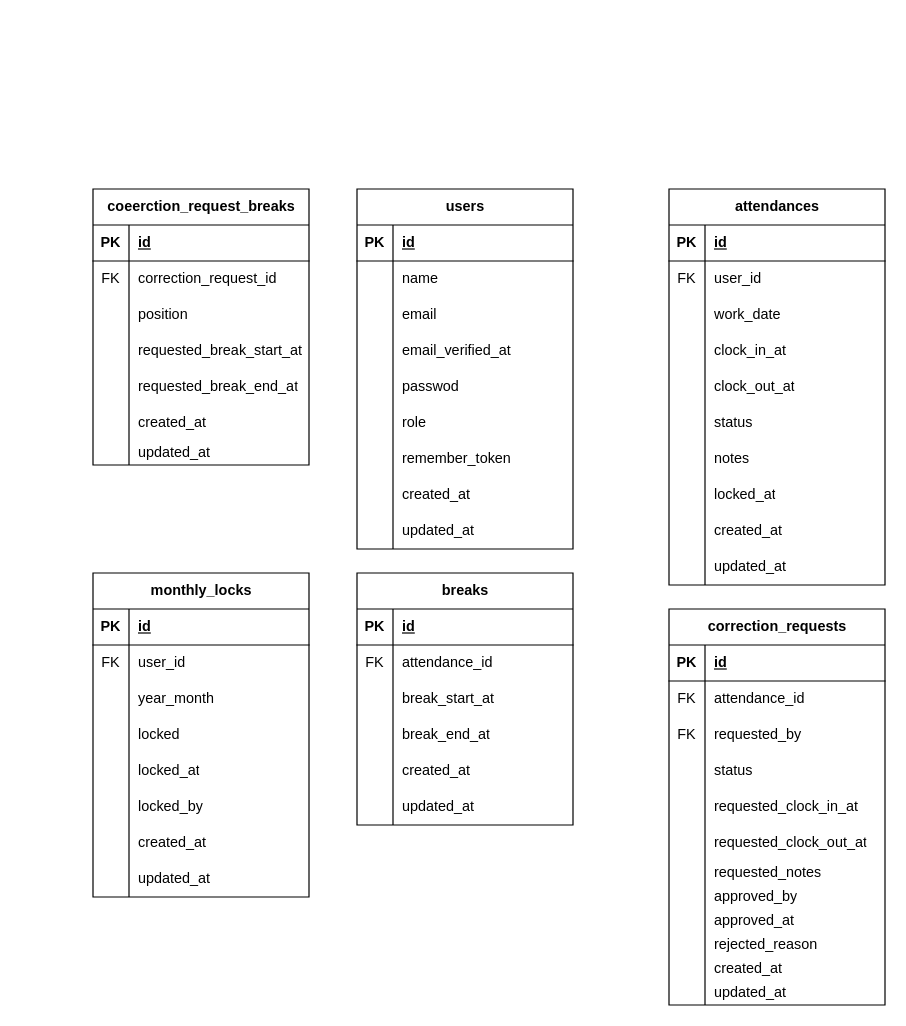
sakaisan1125/coachtech-attendance-app keeps this draw.io diagram as er-diagram.drawio. Above is the earlier version. Source tidied: cells renumbered, new cells numbered last; positions are measured from the earlier drawing's top-left corner, leaving out a move shared by most shapes. Both pictures are drawn from the tidied source at 120%, with x=0, y=0 at pixel (92, 188).
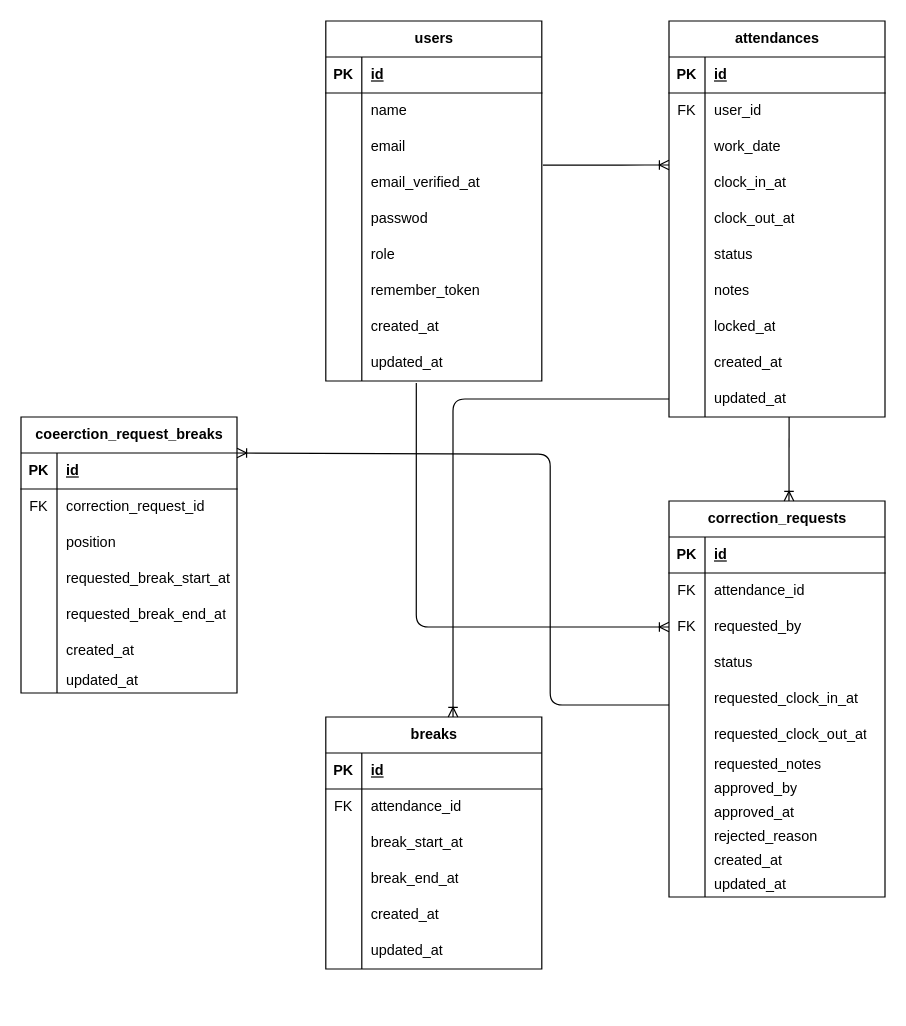
Above is the later version.

Unchanged cells that the change refers to:
```xml
<mxCell id="12" style="shape=tableRow;horizontal=0;startSize=0;swimlaneHead=0;swimlaneBody=0;fillColor=none;points=[[0,0.5],[1,0.5]];portConstraint=eastwest;top=0;left=0;right=0;bottom=0;" parent="2" vertex="1">
  <mxGeometry y="120" width="180" height="30" as="geometry" />
</mxCell>
<mxCell id="27" style="shape=tableRow;horizontal=0;startSize=0;swimlaneHead=0;swimlaneBody=0;fillColor=none;points=[[0,0.5],[1,0.5]];portConstraint=eastwest;top=0;left=0;right=0;bottom=0;" parent="2" vertex="1">
  <mxGeometry y="270" width="180" height="30" as="geometry" />
</mxCell>
<mxCell id="58" style="shape=tableRow;horizontal=0;startSize=0;swimlaneHead=0;swimlaneBody=0;fillColor=none;points=[[0,0.5],[1,0.5]];portConstraint=eastwest;top=0;left=0;right=0;bottom=0;" parent="30" vertex="1">
  <mxGeometry y="300" width="180" height="30" as="geometry" />
</mxCell>
<mxCell id="87" style="shape=tableRow;horizontal=0;startSize=0;swimlaneHead=0;swimlaneBody=0;fillColor=none;points=[[0,0.5],[1,0.5]];portConstraint=eastwest;top=0;left=0;right=0;bottom=0;" parent="80" vertex="1">
  <mxGeometry y="90" width="180" height="30" as="geometry" />
</mxCell>
```

Change to the diagram source:
```diff
@@
-<mxGraphModel>
+<mxGraphModel background="#FFFFFF">
@@
     <mxCell id="2" value="users" style="shape=table;startSize=30;childLayout=tableLayout;rowLines=0;fontStyle=1;align=center;html=1;" parent="1" vertex="1">
-      <mxGeometry x="220" width="180" height="300" as="geometry" />
+      <mxGeometry x="194" y="-140" width="180" height="300" as="geometry" />
     </mxCell>
@@
     <mxCell id="30" value="attendances" style="shape=table;startSize=30;childLayout=tableLayout;rowLines=0;fontStyle=1;align=center;html=1;" parent="1" vertex="1">
-      <mxGeometry x="480" width="180" height="330" as="geometry" />
+      <mxGeometry x="480" y="-140" width="180" height="330" as="geometry" />
     </mxCell>
@@
     <mxCell id="61" value="breaks" style="shape=table;startSize=30;childLayout=tableLayout;rowLines=0;fontStyle=1;align=center;html=1;" parent="1" vertex="1">
-      <mxGeometry x="220" y="320" width="180" height="210" as="geometry" />
+      <mxGeometry x="194" y="440" width="180" height="210" as="geometry" />
     </mxCell>
@@
     <mxCell id="80" value="correction_requests" style="shape=table;startSize=30;childLayout=tableLayout;rowLines=0;fontStyle=1;align=center;html=1;" parent="1" vertex="1">
-      <mxGeometry x="480" y="350" width="180" height="330" as="geometry" />
+      <mxGeometry x="480" y="260" width="180" height="330" as="geometry" />
     </mxCell>
@@
     <mxCell id="117" value="coeerction_request_breaks" style="shape=table;startSize=30;childLayout=tableLayout;rowLines=0;fontStyle=1;align=center;html=1;" parent="1" vertex="1">
-      <mxGeometry width="180" height="230" as="geometry" />
+      <mxGeometry x="-60" y="190" width="180" height="230" as="geometry" />
     </mxCell>
@@
-    <mxCell id="139" value="monthly_locks" style="shape=table;startSize=30;childLayout=tableLayout;rowLines=0;fontStyle=1;align=center;html=1;" parent="1" vertex="1">
-      <mxGeometry y="320" width="180" height="270" as="geometry" />
-    </mxCell>
-    <mxCell id="140" style="shape=tableRow;horizontal=0;startSize=0;swimlaneHead=0;swimlaneBody=0;fillColor=none;top=0;left=0;right=0;bottom=1;" parent="139" vertex="1">
-      <mxGeometry y="30" width="180" height="30" as="geometry" />
-    </mxCell>
-    <mxCell id="141" value="PK" style="shape=partialRectangle;fillColor=none;top=0;left=0;bottom=0;right=0;fontStyle=1;overflow=hidden;whiteSpace=wrap;html=1;" parent="140" vertex="1">
-      <mxGeometry width="30" height="30" as="geometry" />
-    </mxCell>
-    <mxCell id="142" value="id" style="shape=partialRectangle;fillColor=none;top=0;left=0;bottom=0;right=0;align=left;spacingLeft=6;fontStyle=5;overflow=hidden;whiteSpace=wrap;html=1;" parent="140" vertex="1">
-      <mxGeometry x="30" width="150" height="30" as="geometry" />
-    </mxCell>
-    <mxCell id="143" style="shape=tableRow;horizontal=0;startSize=0;swimlaneHead=0;swimlaneBody=0;fillColor=none;top=0;left=0;right=0;bottom=0;" parent="139" vertex="1">
-      <mxGeometry y="60" width="180" height="30" as="geometry" />
-    </mxCell>
-    <mxCell id="144" value="FK" style="shape=partialRectangle;fillColor=none;top=0;left=0;bottom=0;right=0;overflow=hidden;whiteSpace=wrap;html=1;" parent="143" vertex="1">
-      <mxGeometry width="30" height="30" as="geometry" />
-    </mxCell>
-    <mxCell id="145" value="user_id" style="shape=partialRectangle;fillColor=none;top=0;left=0;bottom=0;right=0;align=left;spacingLeft=6;overflow=hidden;whiteSpace=wrap;html=1;" parent="143" vertex="1">
-      <mxGeometry x="30" width="150" height="30" as="geometry" />
-    </mxCell>
-    <mxCell id="146" style="shape=tableRow;horizontal=0;startSize=0;swimlaneHead=0;swimlaneBody=0;fillColor=none;top=0;left=0;right=0;bottom=0;" parent="139" vertex="1">
-      <mxGeometry y="90" width="180" height="30" as="geometry" />
-    </mxCell>
-    <mxCell id="147" style="shape=partialRectangle;fillColor=none;top=0;left=0;bottom=0;right=0;overflow=hidden;whiteSpace=wrap;html=1;" parent="146" vertex="1">
-      <mxGeometry width="30" height="30" as="geometry" />
-    </mxCell>
-    <mxCell id="148" value="year_month" style="shape=partialRectangle;fillColor=none;top=0;left=0;bottom=0;right=0;align=left;spacingLeft=6;overflow=hidden;whiteSpace=wrap;html=1;" parent="146" vertex="1">
-      <mxGeometry x="30" width="150" height="30" as="geometry" />
-    </mxCell>
-    <mxCell id="149" style="shape=tableRow;horizontal=0;startSize=0;swimlaneHead=0;swimlaneBody=0;fillColor=none;top=0;left=0;right=0;bottom=0;" parent="139" vertex="1">
-      <mxGeometry y="120" width="180" height="30" as="geometry" />
-    </mxCell>
-    <mxCell id="150" style="shape=partialRectangle;fillColor=none;top=0;left=0;bottom=0;right=0;overflow=hidden;whiteSpace=wrap;html=1;" parent="149" vertex="1">
-      <mxGeometry width="30" height="30" as="geometry" />
-    </mxCell>
-    <mxCell id="151" value="locked" style="shape=partialRectangle;fillColor=none;top=0;left=0;bottom=0;right=0;align=left;spacingLeft=6;overflow=hidden;whiteSpace=wrap;html=1;" parent="149" vertex="1">
-      <mxGeometry x="30" width="150" height="30" as="geometry" />
-    </mxCell>
-    <mxCell id="152" style="shape=tableRow;horizontal=0;startSize=0;swimlaneHead=0;swimlaneBody=0;fillColor=none;top=0;left=0;right=0;bottom=0;" parent="139" vertex="1">
-      <mxGeometry y="150" width="180" height="30" as="geometry" />
-    </mxCell>
-    <mxCell id="153" style="shape=partialRectangle;fillColor=none;top=0;left=0;bottom=0;right=0;overflow=hidden;whiteSpace=wrap;html=1;" parent="152" vertex="1">
-      <mxGeometry width="30" height="30" as="geometry" />
-    </mxCell>
-    <mxCell id="154" value="locked_at" style="shape=partialRectangle;fillColor=none;top=0;left=0;bottom=0;right=0;align=left;spacingLeft=6;overflow=hidden;whiteSpace=wrap;html=1;" parent="152" vertex="1">
-      <mxGeometry x="30" width="150" height="30" as="geometry" />
-    </mxCell>
-    <mxCell id="155" style="shape=tableRow;horizontal=0;startSize=0;swimlaneHead=0;swimlaneBody=0;fillColor=none;top=0;left=0;right=0;bottom=0;" parent="139" vertex="1">
-      <mxGeometry y="180" width="180" height="30" as="geometry" />
-    </mxCell>
-    <mxCell id="156" style="shape=partialRectangle;fillColor=none;top=0;left=0;bottom=0;right=0;overflow=hidden;whiteSpace=wrap;html=1;" parent="155" vertex="1">
-      <mxGeometry width="30" height="30" as="geometry" />
-    </mxCell>
-    <mxCell id="157" value="locked_by" style="shape=partialRectangle;fillColor=none;top=0;left=0;bottom=0;right=0;align=left;spacingLeft=6;overflow=hidden;whiteSpace=wrap;html=1;" parent="155" vertex="1">
-      <mxGeometry x="30" width="150" height="30" as="geometry" />
-    </mxCell>
-    <mxCell id="158" style="shape=tableRow;horizontal=0;startSize=0;swimlaneHead=0;swimlaneBody=0;fillColor=none;top=0;left=0;right=0;bottom=0;" parent="139" vertex="1">
-      <mxGeometry y="210" width="180" height="30" as="geometry" />
-    </mxCell>
-    <mxCell id="159" style="shape=partialRectangle;fillColor=none;top=0;left=0;bottom=0;right=0;overflow=hidden;whiteSpace=wrap;html=1;" parent="158" vertex="1">
-      <mxGeometry width="30" height="30" as="geometry" />
-    </mxCell>
-    <mxCell id="160" value="created_at" style="shape=partialRectangle;fillColor=none;top=0;left=0;bottom=0;right=0;align=left;spacingLeft=6;overflow=hidden;whiteSpace=wrap;html=1;" parent="158" vertex="1">
-      <mxGeometry x="30" width="150" height="30" as="geometry" />
-    </mxCell>
-    <mxCell id="161" style="shape=tableRow;horizontal=0;startSize=0;swimlaneHead=0;swimlaneBody=0;fillColor=none;top=0;left=0;right=0;bottom=0;" parent="139" vertex="1">
-      <mxGeometry y="240" width="180" height="30" as="geometry" />
-    </mxCell>
-    <mxCell id="162" style="shape=partialRectangle;fillColor=none;top=0;left=0;bottom=0;right=0;overflow=hidden;whiteSpace=wrap;html=1;" parent="161" vertex="1">
-      <mxGeometry width="30" height="30" as="geometry" />
-    </mxCell>
-    <mxCell id="163" value="updated_at" style="shape=partialRectangle;fillColor=none;top=0;left=0;bottom=0;right=0;align=left;spacingLeft=6;overflow=hidden;whiteSpace=wrap;html=1;" parent="161" vertex="1">
-      <mxGeometry x="30" width="150" height="30" as="geometry" />
+    <mxCell id="163" style="edgeStyle=entityRelationEdgeStyle;fontSize=12;html=1;endArrow=ERoneToMany;exitX=1.005;exitY=0.004;exitDx=0;exitDy=0;exitPerimeter=0;" parent="1" edge="1" source="12">
+      <mxGeometry relative="1" as="geometry">
+        <mxPoint x="480" y="-20" as="targetPoint" />
+      </mxGeometry>
     </mxCell>
+    <mxCell id="164" style="fontSize=12;html=1;endArrow=ERoneToMany;exitX=0;exitY=0.5;exitDx=0;exitDy=0;entryX=0.589;entryY=0;entryDx=0;entryDy=0;entryPerimeter=0;" parent="1" edge="1" source="58" target="61">
+      <mxGeometry relative="1" as="geometry">
+        <Array as="points">
+          <mxPoint x="300" y="175" />
+        </Array>
+      </mxGeometry>
+    </mxCell>
+    <mxCell id="165" style="fontSize=12;html=1;endArrow=ERoneToMany;exitX=0.556;exitY=1;exitDx=0;exitDy=0;exitPerimeter=0;" parent="1" edge="1" source="58">
+      <mxGeometry relative="1" as="geometry">
+        <mxPoint x="580" y="260" as="targetPoint" />
+      </mxGeometry>
+    </mxCell>
+    <mxCell id="166" style="edgeStyle=orthogonalEdgeStyle;fontSize=12;html=1;endArrow=ERoneToMany;entryX=0;entryY=0.5;entryDx=0;entryDy=0;exitX=0.419;exitY=1.053;exitDx=0;exitDy=0;exitPerimeter=0;" parent="1" edge="1" source="27" target="87">
+      <mxGeometry relative="1" as="geometry">
+        <Array as="points">
+          <mxPoint x="269" y="365" />
+        </Array>
+      </mxGeometry>
+    </mxCell>
+    <mxCell id="167" style="edgeStyle=orthogonalEdgeStyle;fontSize=12;html=1;endArrow=ERoneToMany;" parent="1" edge="1">
+      <mxGeometry relative="1" as="geometry">
+        <mxPoint x="480" y="430" as="sourcePoint" />
+        <mxPoint x="120" y="220" as="targetPoint" />
+        <Array as="points">
+          <mxPoint x="381" y="430" />
+          <mxPoint x="381" y="221" />
+        </Array>
+      </mxGeometry>
+    </mxCell>
```
